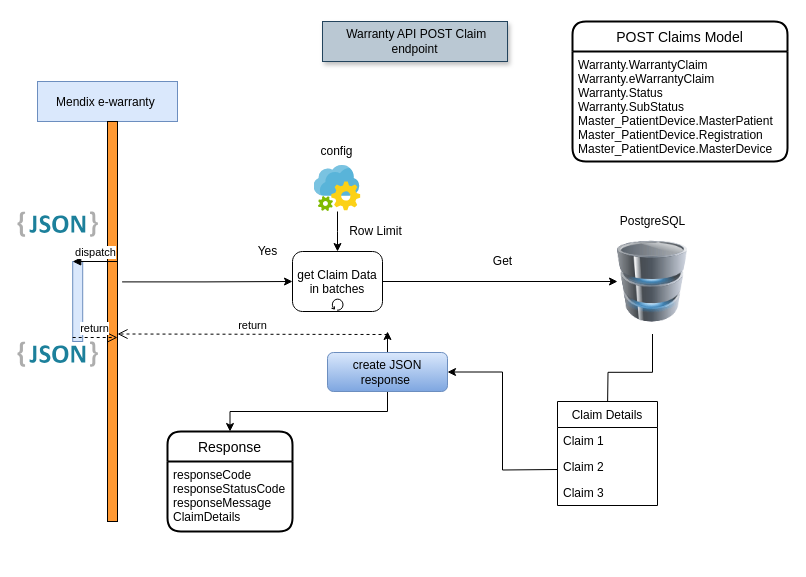
Before: Untitled Diagram.drawio in MrMetalAddict/Retail-Mon, a draw.io diagram. Source tidied: cells renumbered, new cells numbered last; positions are measured from the earlier drawing's top-left corner, leaving out a move shared by most shapes. Both pictures are drawn from the tidied source at 100%, with x=0, y=0 at pixel (17, 21).
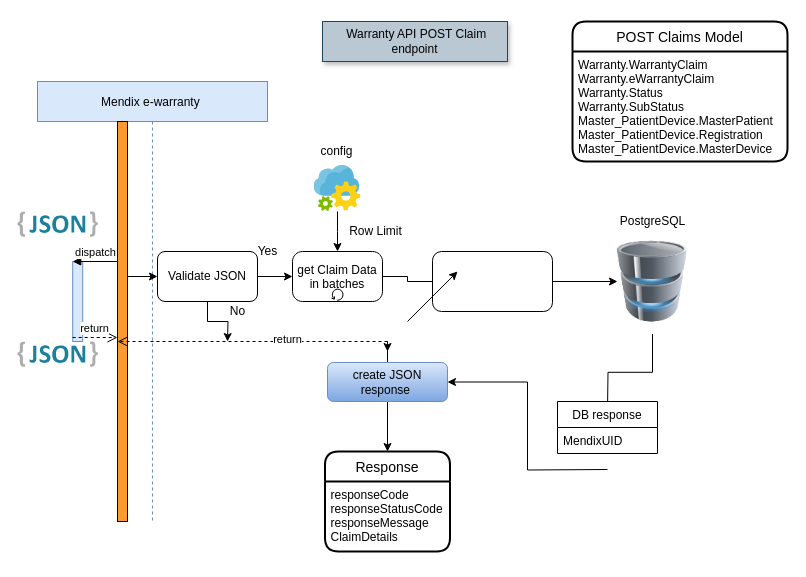
The same page after the edit.

Unchanged cells that the change refers to:
```xml
<mxCell id="7" style="image;html=1;image=img/lib/clip_art/computers/Database_128x128.png;fontFamily=Helvetica;fontSize=12;fontColor=#000000;align=center;strokeColor=#23445d;fillColor=#bac8d3;" parent="1" vertex="1">
  <mxGeometry x="600" y="207.5" width="70" height="105" as="geometry" />
</mxCell>
```

Diff of the diagram source:
```diff
@@
+    <mxCell id="4" value="&amp;nbsp;Warranty API POST Claim endpoint" style="text;html=1;align=center;verticalAlign=middle;whiteSpace=wrap;rounded=0;shadow=1;fillColor=#bac8d3;strokeColor=#23445d;" parent="1" vertex="1">
+      <mxGeometry x="305" width="185" height="40" as="geometry" />
+    </mxCell>
     <mxCell id="2" value="Mendix e-warranty " style="shape=umlLifeline;perimeter=lifelinePerimeter;rounded=0;shadow=0;strokeWidth=1;fillColor=#dae8fc;strokeColor=#6c8ebf;" parent="1" vertex="1">
-      <mxGeometry x="20" y="60" width="140" height="440" as="geometry" />
+      <mxGeometry x="20" y="60" width="230" height="440" as="geometry" />
     </mxCell>
     <mxCell id="3" style="points=[];perimeter=orthogonalPerimeter;rounded=0;shadow=0;strokeWidth=1;fillColor=#FF9933;" parent="2" vertex="1">
-      <mxGeometry x="70" y="40" width="10" height="400" as="geometry" />
+      <mxGeometry x="80" y="40" width="10" height="400" as="geometry" />
     </mxCell>
-    <mxCell id="4" value="&amp;nbsp;Warranty API POST Claim endpoint" style="text;html=1;align=center;verticalAlign=middle;whiteSpace=wrap;rounded=0;shadow=1;fillColor=#bac8d3;strokeColor=#23445d;" parent="1" vertex="1">
-      <mxGeometry x="305" width="185" height="40" as="geometry" />
-    </mxCell>
+    <mxCell id="44" value="Validate JSON" style="rounded=1;whiteSpace=wrap;html=1;" parent="2" vertex="1">
+      <mxGeometry x="120" y="170" width="100" height="50" as="geometry" />
+    </mxCell>
+    <mxCell id="45" style="endArrow=classic;html=1;entryX=0;entryY=0.5;entryDx=0;entryDy=0;" parent="2" edge="1" target="44">
+      <mxGeometry relative="1" as="geometry">
+        <mxPoint x="90" y="195" as="sourcePoint" />
+      </mxGeometry>
+    </mxCell>
@@
-    <mxCell id="6" style="edgeStyle=orthogonalEdgeStyle;rounded=0;jettySize=auto;html=1;exitX=0.5;exitY=1;exitDx=0;exitDy=0;exitPerimeter=0;entryX=1;entryY=0.5;entryDx=0;entryDy=0;startArrow=none;" parent="1" edge="1" target="24">
+    <mxCell id="6" style="edgeStyle=orthogonalEdgeStyle;rounded=0;jettySize=auto;html=1;entryX=1;entryY=0.5;entryDx=0;entryDy=0;startArrow=none;" parent="1" edge="1" target="24">
       <mxGeometry relative="1" as="geometry">
-        <mxPoint x="540" y="448" as="sourcePoint" />
+        <mxPoint x="590" y="448" as="sourcePoint" />
       </mxGeometry>
     </mxCell>
@@
     <mxCell id="13" value="return" style="html=1;verticalAlign=bottom;endArrow=open;dashed=1;endSize=8;" parent="1" edge="1">
-      <mxGeometry relative="1" as="geometry">
-        <mxPoint x="370" y="313" as="sourcePoint" />
-        <mxPoint x="100" y="312.5" as="targetPoint" />
+      <mxGeometry x="-0.26" y="7" relative="1" as="geometry">
+        <mxPoint x="370" y="320" as="sourcePoint" />
+        <mxPoint x="100" y="320" as="targetPoint" />
       </mxGeometry>
     </mxCell>
@@
     <mxCell id="15" value="Response" style="swimlane;horizontal=1;startSize=30;rounded=1;fontSize=14;fontStyle=0;strokeWidth=2;shadow=0;dashed=0;align=center;" parent="1" vertex="1">
-      <mxGeometry x="150" y="410" width="125" height="100" as="geometry" />
+      <mxGeometry x="307.5" y="430" width="125" height="100" as="geometry" />
     </mxCell>
@@
     <mxCell id="23" style="edgeStyle=orthogonalEdgeStyle;rounded=0;jettySize=auto;html=1;exitX=0.5;exitY=0;exitDx=0;exitDy=0;" parent="1" edge="1" source="24">
       <mxGeometry relative="1" as="geometry">
-        <mxPoint x="370" y="310" as="targetPoint" />
+        <mxPoint x="370" y="330" as="targetPoint" />
+        <Array as="points">
+          <mxPoint x="370" y="320" />
+          <mxPoint x="370" y="320" />
+        </Array>
       </mxGeometry>
     </mxCell>
     <mxCell id="24" value="create JSON response&amp;nbsp;" style="rounded=1;whiteSpace=wrap;html=1;gradientColor=#7ea6e0;fillColor=#dae8fc;strokeColor=#6c8ebf;" parent="1" vertex="1">
-      <mxGeometry x="310" y="331" width="120" height="39" as="geometry" />
+      <mxGeometry x="310" y="341" width="120" height="39" as="geometry" />
     </mxCell>
@@
-    <mxCell id="30" style="edgeStyle=orthogonalEdgeStyle;rounded=0;jettySize=auto;html=1;entryX=0;entryY=0.5;entryDx=0;entryDy=0;exitX=1.46;exitY=0.401;exitDx=0;exitDy=0;exitPerimeter=0;entryPerimeter=0;" parent="1" edge="1" source="3" target="35">
-      <mxGeometry relative="1" as="geometry" />
-    </mxCell>
@@
-    <mxCell id="34" style="edgeStyle=orthogonalEdgeStyle;rounded=0;jettySize=auto;html=1;exitX=1;exitY=0.5;exitDx=0;exitDy=0;exitPerimeter=0;" parent="1" edge="1" source="35" target="7">
+    <mxCell id="34" style="edgeStyle=orthogonalEdgeStyle;rounded=0;jettySize=auto;html=1;exitX=1;exitY=0.5;exitDx=0;exitDy=0;exitPerimeter=0;startArrow=none;" parent="1" edge="1" source="46" target="7">
       <mxGeometry relative="1" as="geometry" />
     </mxCell>
     <mxCell id="35" value="get Claim Data &#10;in batches" style="points=[[0.25,0,0],[0.5,0,0],[0.75,0,0],[1,0.25,0],[1,0.5,0],[1,0.75,0],[0.75,1,0],[0.5,1,0],[0.25,1,0],[0,0.75,0],[0,0.5,0],[0,0.25,0]];shape=mxgraph.bpmn.task;rectStyle=rounded;size=10;taskMarker=abstract;isLoopStandard=1;" parent="1" vertex="1">
-      <mxGeometry x="275" y="230" width="90" height="60" as="geometry" />
+      <mxGeometry x="275" y="230" width="90" height="50" as="geometry" />
     </mxCell>
@@
-    <mxCell id="39" value="Claim Details" style="swimlane;fontStyle=0;horizontal=1;startSize=26;" parent="1" vertex="1">
-      <mxGeometry x="540" y="380" width="100" height="104" as="geometry" />
+    <mxCell id="39" value="DB response" style="swimlane;fontStyle=0;horizontal=1;startSize=26;" parent="1" vertex="1">
+      <mxGeometry x="540" y="380" width="100" height="52" as="geometry" />
     </mxCell>
-    <mxCell id="40" value="Claim 1" style="text;strokeColor=none;fillColor=none;align=left;verticalAlign=top;spacingLeft=4;spacingRight=4;overflow=hidden;" parent="39" vertex="1">
-      <mxGeometry y="26" width="100" height="26" as="geometry" />
-    </mxCell>
-    <mxCell id="41" value="Claim 2" style="text;strokeColor=none;fillColor=none;align=left;verticalAlign=top;spacingLeft=4;spacingRight=4;overflow=hidden;" parent="39" vertex="1">
-      <mxGeometry y="52" width="100" height="26" as="geometry" />
+    <mxCell id="41" value="MendixUID" style="text;strokeColor=none;fillColor=none;align=left;verticalAlign=top;spacingLeft=4;spacingRight=4;overflow=hidden;" parent="39" vertex="1">
+      <mxGeometry y="26" width="100" height="26" as="geometry" />
     </mxCell>
-    <mxCell id="42" value="Claim 3" style="text;strokeColor=none;fillColor=none;align=left;verticalAlign=top;spacingLeft=4;spacingRight=4;overflow=hidden;" parent="39" vertex="1">
-      <mxGeometry y="78" width="100" height="26" as="geometry" />
-    </mxCell>
@@
+    <mxCell id="46" style="rounded=1;whiteSpace=wrap;html=1;" parent="1" vertex="1">
+      <mxGeometry x="415" y="230" width="120" height="60" as="geometry" />
+    </mxCell>
+    <mxCell id="47" style="edgeStyle=orthogonalEdgeStyle;rounded=0;jettySize=auto;html=1;exitX=1;exitY=0.5;exitDx=0;exitDy=0;exitPerimeter=0;endArrow=none;" parent="1" edge="1" source="35" target="46">
+      <mxGeometry relative="1" as="geometry" />
+    </mxCell>
+    <mxCell id="48" style="edgeStyle=orthogonalEdgeStyle;rounded=0;jettySize=auto;html=1;entryX=0;entryY=0.5;entryDx=0;entryDy=0;entryPerimeter=0;" parent="1" edge="1" source="44" target="35">
+      <mxGeometry relative="1" as="geometry" />
+    </mxCell>
+    <mxCell id="49" style="endArrow=classic;html=1;" parent="1" edge="1">
+      <mxGeometry relative="1" as="geometry">
+        <mxPoint x="390" y="300" as="sourcePoint" />
+        <mxPoint x="440" y="250" as="targetPoint" />
+      </mxGeometry>
+    </mxCell>
+    <mxCell id="50" style="edgeStyle=orthogonalEdgeStyle;rounded=0;jettySize=auto;html=1;exitX=0.5;exitY=1;exitDx=0;exitDy=0;" parent="1" edge="1" source="44">
+      <mxGeometry relative="1" as="geometry">
+        <mxPoint x="210" y="320" as="targetPoint" />
+      </mxGeometry>
+    </mxCell>
+    <mxCell id="51" value="No" style="text;html=1;align=center;verticalAlign=middle;strokeColor=none;" parent="1" vertex="1">
+      <mxGeometry x="205" y="280" width="30" height="20" as="geometry" />
+    </mxCell>
```
